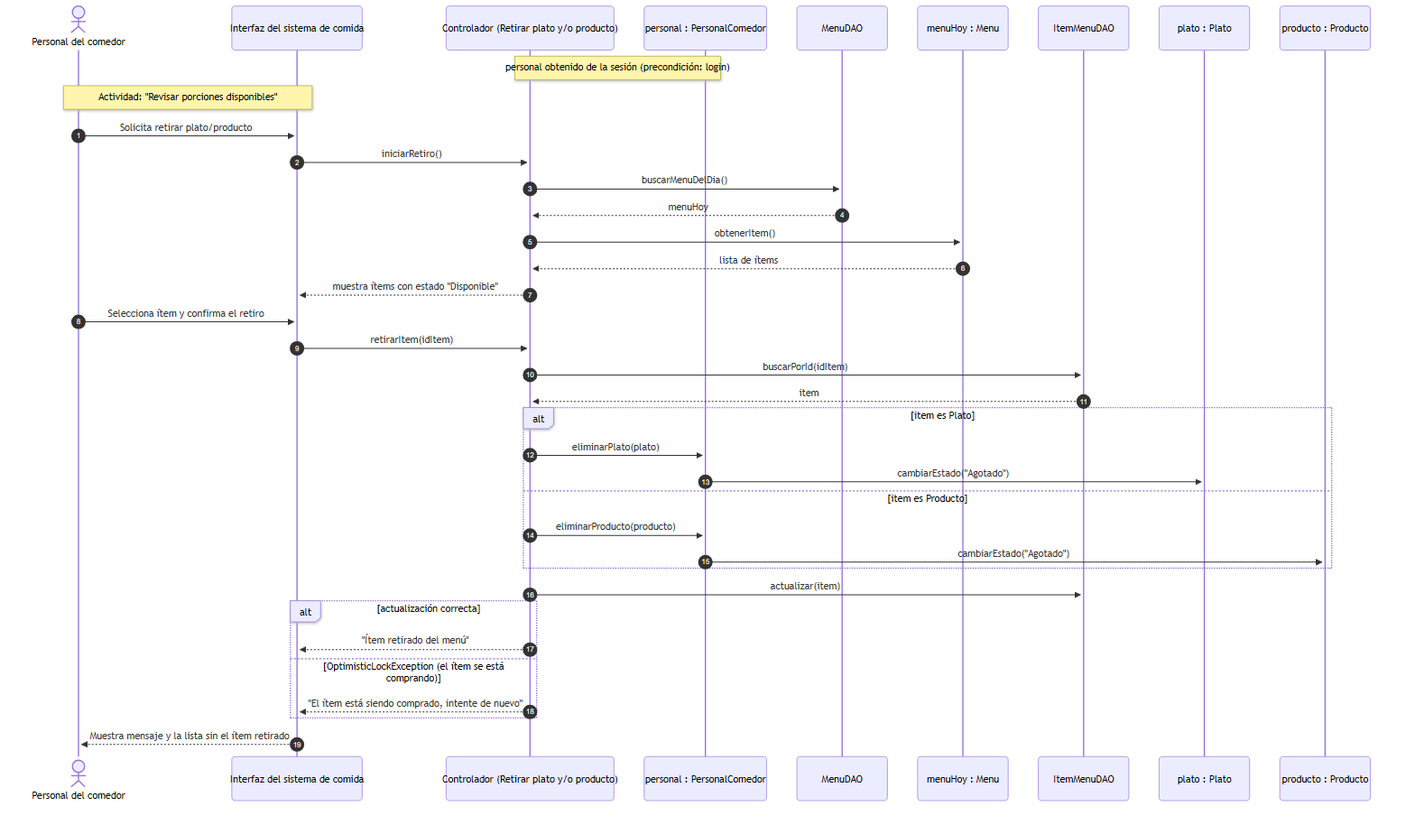
OscarGualo/GR2_1BT3_622_26B keeps this Mermaid diagram as Diagramas iteracion 1/Diagrama de secuencia CU02 retirar item.png. Above is the earlier version. Its source is kept beside it as Diagramas iteracion 1/Diagrama de secuencia CU02 retirar item.mmd.
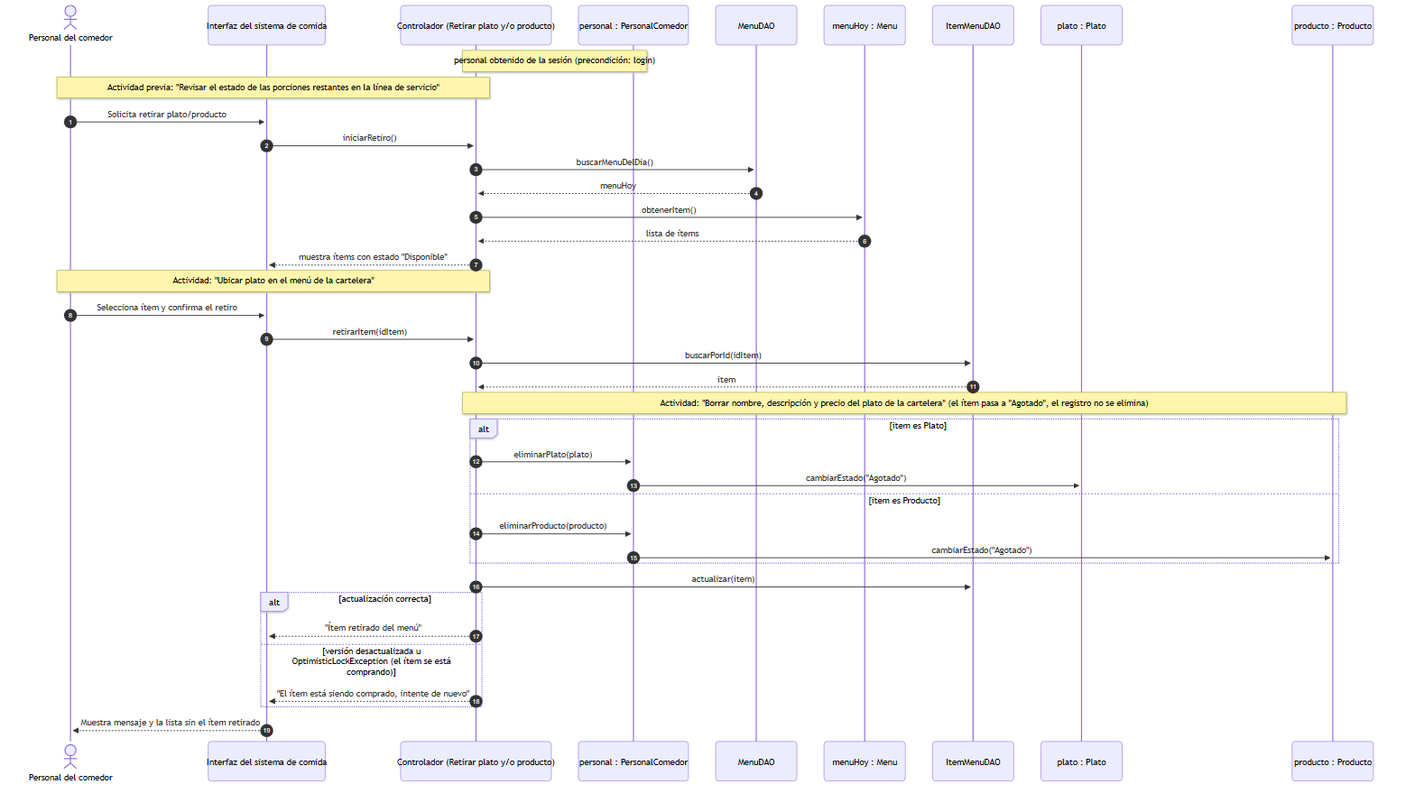
After the change.

Commit message:
CU02: extrae iniciarRetiro() y alinea diagrama de secuencia con diagrama de actividades

Change to the diagram source:
```diff
@@ -11,7 +11,7 @@
     participant PR as producto : Producto
 
     Note over C,PC: personal obtenido de la sesión (precondición: login)
-    Note over P,UI: Actividad: "Revisar porciones disponibles"
+    Note over P,C: Actividad previa: "Revisar el estado de las porciones restantes en la línea de servicio"
 
     P->>UI: Solicita retirar plato/producto
     UI->>C: iniciarRetiro()
@@ -21,11 +21,13 @@
     M-->>C: lista de ítems
     C-->>UI: muestra ítems con estado "Disponible"
 
+    Note over P,C: Actividad: "Ubicar plato en el menú de la cartelera"
     P->>UI: Selecciona ítem y confirma el retiro
     UI->>C: retirarItem(idItem)
     C->>ID: buscarPorId(idItem)
     ID-->>C: item
 
+    Note over C,PR: Actividad: "Borrar nombre, descripción y precio del plato de la cartelera" (el ítem pasa a "Agotado", el registro no se elimina)
     alt item es Plato
         C->>PC: eliminarPlato(plato)
         PC->>PL: cambiarEstado("Agotado")
@@ -38,7 +40,7 @@
 
     alt actualización correcta
         C-->>UI: "Ítem retirado del menú"
-    else OptimisticLockException (el ítem se está comprando)
+    else versión desactualizada u OptimisticLockException (el ítem se está comprando)
         C-->>UI: "El ítem está siendo comprado, intente de nuevo"
     end
 
```
